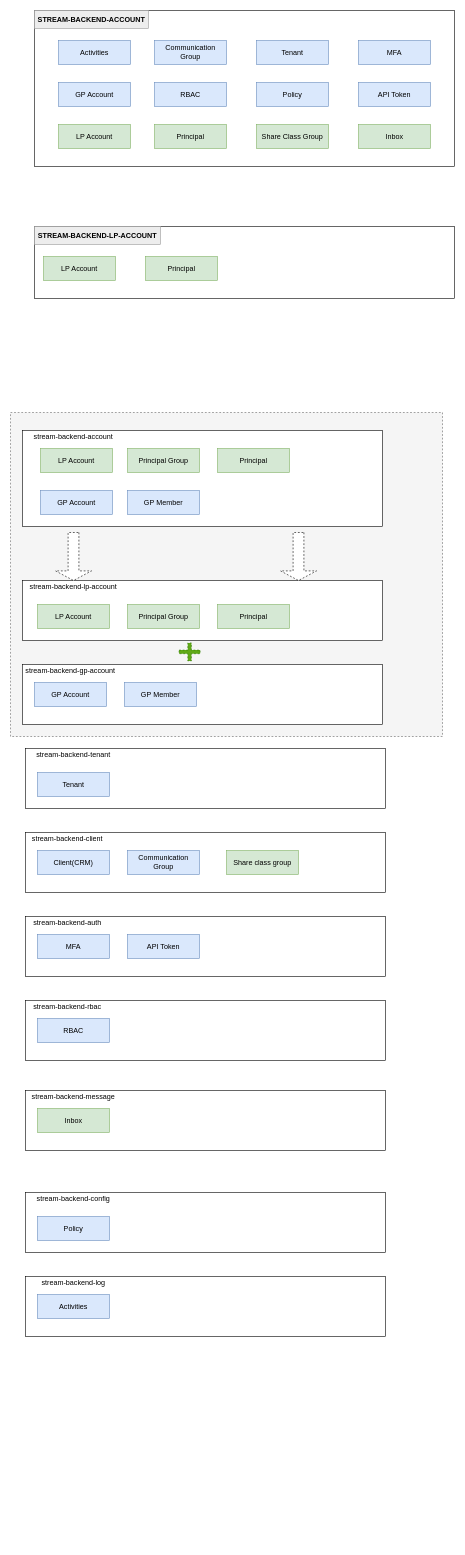
fast-dev/fast-dev.github.io keeps this draw.io diagram as split_Account.drawio. Above is the earlier version. Source tidied: cells renumbered, new cells numbered last; positions are measured from the earlier drawing's top-left corner, leaving out a move shared by most shapes. Both pictures are drawn from the tidied source at 60%, with x=0, y=0 at pixel (10, 10).
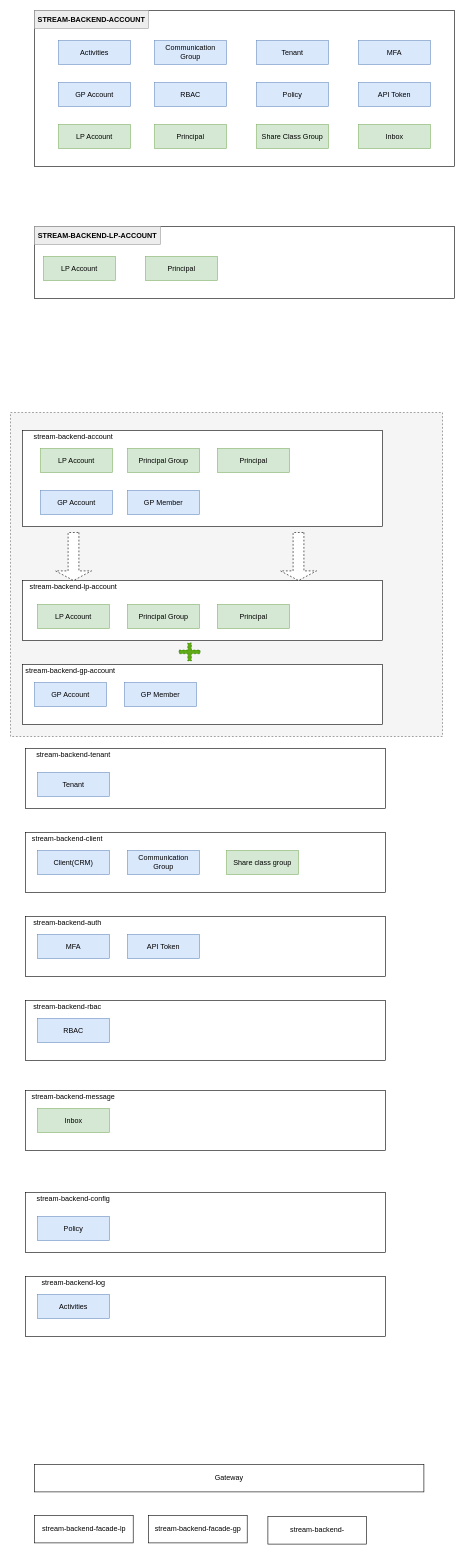
The same diagram, later.

Diff of the diagram source:
```diff
@@
+    <mxCell id="64" value="Gateway" style="rounded=0;whiteSpace=wrap;html=1;" parent="1" vertex="1">
+      <mxGeometry x="40" y="2423" width="649" height="46" as="geometry" />
+    </mxCell>
+    <mxCell id="65" value="stream-backend-facade-lp" style="rounded=0;whiteSpace=wrap;html=1;" parent="1" vertex="1">
+      <mxGeometry x="40" y="2508" width="164.5" height="46" as="geometry" />
+    </mxCell>
+    <mxCell id="66" value="stream-backend-facade-gp" style="rounded=0;whiteSpace=wrap;html=1;" parent="1" vertex="1">
+      <mxGeometry x="230" y="2508" width="164.5" height="46" as="geometry" />
+    </mxCell>
+    <mxCell id="67" value="stream-backend-" style="rounded=0;whiteSpace=wrap;html=1;" parent="1" vertex="1">
+      <mxGeometry x="429" y="2510" width="164.5" height="46" as="geometry" />
+    </mxCell>
```
